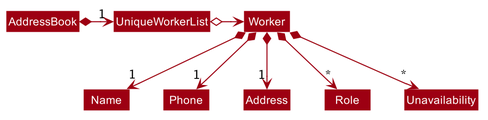
wakululuu/tp keeps this PlantUML diagram as docs/images/WorkerClassDiagram.png. Above is the earlier version.
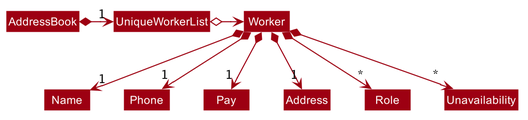
Later version of the same file.

Commit message:
Fix diagram errors

What changed in the source:
```diff
@@ -57,6 +57,7 @@
 
 Worker *--> "1" Name
 Worker *--> "1" Phone
+Worker *--> "1" Pay
 Worker *--> "1" Address
 Worker *--> "*" Role
 Worker *--> "*" Unavailability
```
